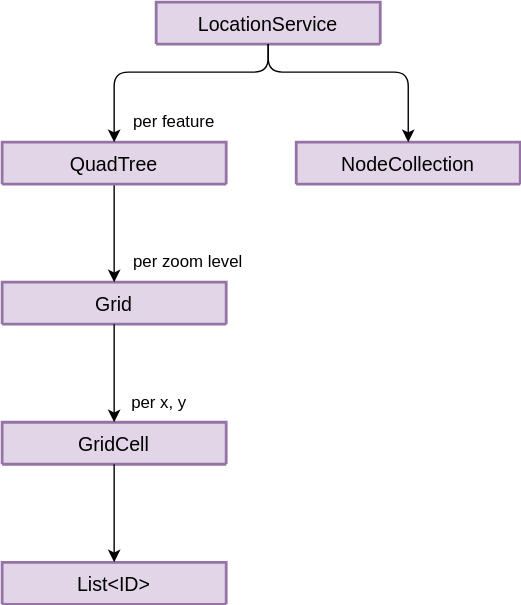
gartenkralle/geolocation-services-doc keeps this draw.io diagram as _images/architecture-quad-tree.drawio.svg. Above is the earlier version. Source tidied: cells renumbered, new cells last; positions are measured from the earlier drawing's top-left corner, leaving out a move shared by most shapes.
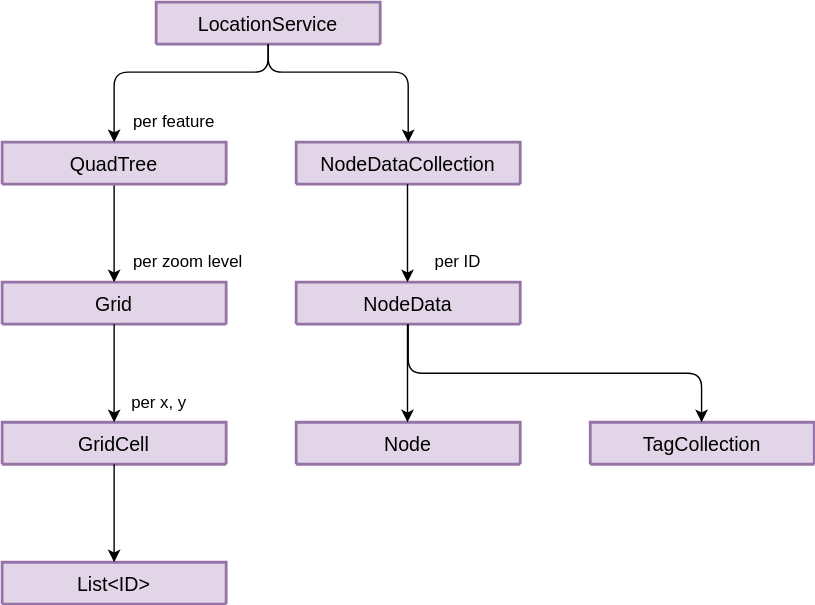
After the commit.

The edit, as a diff of the source:
```diff
@@ -43,7 +43,7 @@
     <mxCell id="13" style="endArrow=classic;html=1;rounded=0;exitX=0.5;exitY=1;exitDx=0;exitDy=0;entryX=0.5;entryY=0;entryDx=0;entryDy=0;" parent="1" edge="1" source="8" target="12">
       <mxGeometry relative="1" as="geometry" />
     </mxCell>
-    <mxCell id="14" value="NodeCollection" style="swimlane;horizontal=1;startSize=30;rounded=1;fontSize=14;fontStyle=0;strokeWidth=2;shadow=0;dashed=0;align=center;fillColor=#e1d5e7;strokeColor=#9673a6;" parent="1" vertex="1">
+    <mxCell id="14" value="NodeDataCollection" style="swimlane;horizontal=1;startSize=30;rounded=1;fontSize=14;fontStyle=0;strokeWidth=2;shadow=0;dashed=0;align=center;fillColor=#e1d5e7;strokeColor=#9673a6;" parent="1" vertex="1">
       <mxGeometry x="210" y="100" width="160" height="30" as="geometry" />
     </mxCell>
     <mxCell id="15" style="endArrow=classic;html=1;rounded=1;exitX=0.5;exitY=1;exitDx=0;exitDy=0;entryX=0.5;entryY=0;entryDx=0;entryDy=0;edgeStyle=orthogonalEdgeStyle;" parent="1" edge="1" source="3" target="14">
@@ -54,5 +54,34 @@
         </Array>
       </mxGeometry>
     </mxCell>
+    <mxCell id="16" value="NodeData" style="swimlane;horizontal=1;startSize=30;rounded=1;fontSize=14;fontStyle=0;strokeWidth=2;shadow=0;dashed=0;align=center;fillColor=#e1d5e7;strokeColor=#9673a6;" parent="1" vertex="1">
+      <mxGeometry x="210" y="200" width="160" height="30" as="geometry" />
+    </mxCell>
+    <mxCell id="17" style="endArrow=classic;html=1;rounded=0;exitX=0.5;exitY=1;exitDx=0;exitDy=0;entryX=0.5;entryY=0;entryDx=0;entryDy=0;" parent="1" edge="1">
+      <mxGeometry relative="1" as="geometry">
+        <mxPoint x="289.5" y="130" as="sourcePoint" />
+        <mxPoint x="289.5" y="200" as="targetPoint" />
+      </mxGeometry>
+    </mxCell>
+    <mxCell id="18" value="per ID" style="html=1;align=right;verticalAlign=bottom;direction=south;spacingRight=-2;spacingBottom=6;" parent="1" vertex="1">
+      <mxGeometry x="340" y="200" as="geometry" />
+    </mxCell>
+    <mxCell id="19" value="Node" style="swimlane;horizontal=1;startSize=30;rounded=1;fontSize=14;fontStyle=0;strokeWidth=2;shadow=0;dashed=0;align=center;fillColor=#e1d5e7;strokeColor=#9673a6;" parent="1" vertex="1">
+      <mxGeometry x="210" y="300" width="160" height="30" as="geometry" />
+    </mxCell>
+    <mxCell id="20" value="TagCollection" style="swimlane;horizontal=1;startSize=30;rounded=1;fontSize=14;fontStyle=0;strokeWidth=2;shadow=0;dashed=0;align=center;fillColor=#e1d5e7;strokeColor=#9673a6;" parent="1" vertex="1">
+      <mxGeometry x="420" y="300" width="160" height="30" as="geometry" />
+    </mxCell>
+    <mxCell id="21" style="endArrow=classic;html=1;rounded=0;exitX=0.5;exitY=1;exitDx=0;exitDy=0;entryX=0.5;entryY=0;entryDx=0;entryDy=0;" parent="1" edge="1">
+      <mxGeometry relative="1" as="geometry">
+        <mxPoint x="289.5" y="230" as="sourcePoint" />
+        <mxPoint x="289.5" y="300" as="targetPoint" />
+      </mxGeometry>
+    </mxCell>
+    <mxCell id="22" style="endArrow=classic;html=1;rounded=1;exitX=0.5;exitY=1;exitDx=0;exitDy=0;entryX=0.5;entryY=0;entryDx=0;entryDy=0;edgeStyle=orthogonalEdgeStyle;" parent="1" edge="1" source="16">
+      <mxGeometry relative="1" as="geometry">
+        <mxPoint x="499.5" y="300" as="targetPoint" />
+      </mxGeometry>
+    </mxCell>
   </root>
 </mxGraphModel>
```
